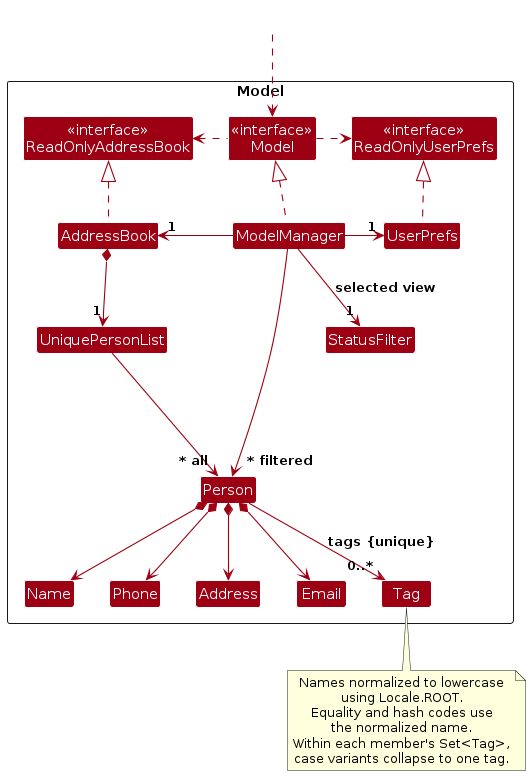
AY2627S1-CS2103T-T17-3/tp keeps this PlantUML diagram as diagrams/ModelClassDiagram.png. Above is the earlier version. Its source is kept beside it as diagrams/ModelClassDiagram.puml.
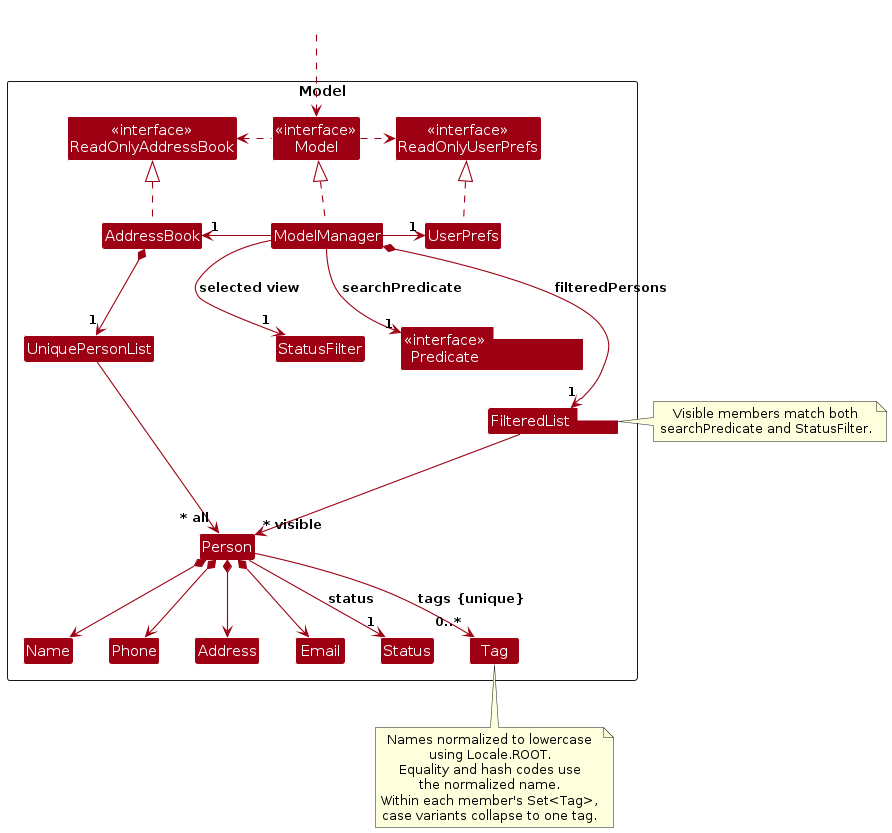
After the commit.

The edit, as a diff of the source:
```diff
@@ -10,10 +10,20 @@
 Class "<<interface>>\nModel" as Model
 Class AddressBook
 Class ModelManager
-enum StatusFilter
+enum StatusFilter {
+ALL
+ACTIVE
+ARCHIVED
+}
+enum Status {
+ACTIVE
+ARCHIVED
+}
 Class UserPrefs
 
 Class UniquePersonList
+Class "FilteredList<Person>" as FilteredList
+Class "<<interface>>\nPredicate<? super Person>" as SearchPredicate
 Class Person
 Class Address
 Class Email
@@ -35,6 +45,8 @@
 ModelManager -left-> "1" AddressBook
 ModelManager -right-> "1" UserPrefs
 ModelManager --> "1" StatusFilter : selected view
+ModelManager --> "1" SearchPredicate : searchPredicate
+ModelManager *--> "1" FilteredList : filteredPersons
 UserPrefs .up.|> ReadOnlyUserPrefs
 
 AddressBook *--> "1" UniquePersonList
@@ -44,6 +56,13 @@
 Person *--> Email
 Person *--> Address
 Person --> "0..*" Tag : tags {unique}
+Person --> "1" Status : status
+FilteredList --> "~* visible" Person
+
+note right of FilteredList
+  Visible members match both
+  searchPredicate and StatusFilter.
+end note
 
 note bottom of Tag
   Names normalized to lowercase
@@ -61,5 +80,4 @@
 Phone -[hidden]right-> Address
 Address -[hidden]right-> Email
 
-ModelManager --> "~* filtered" Person
 @enduml
```
